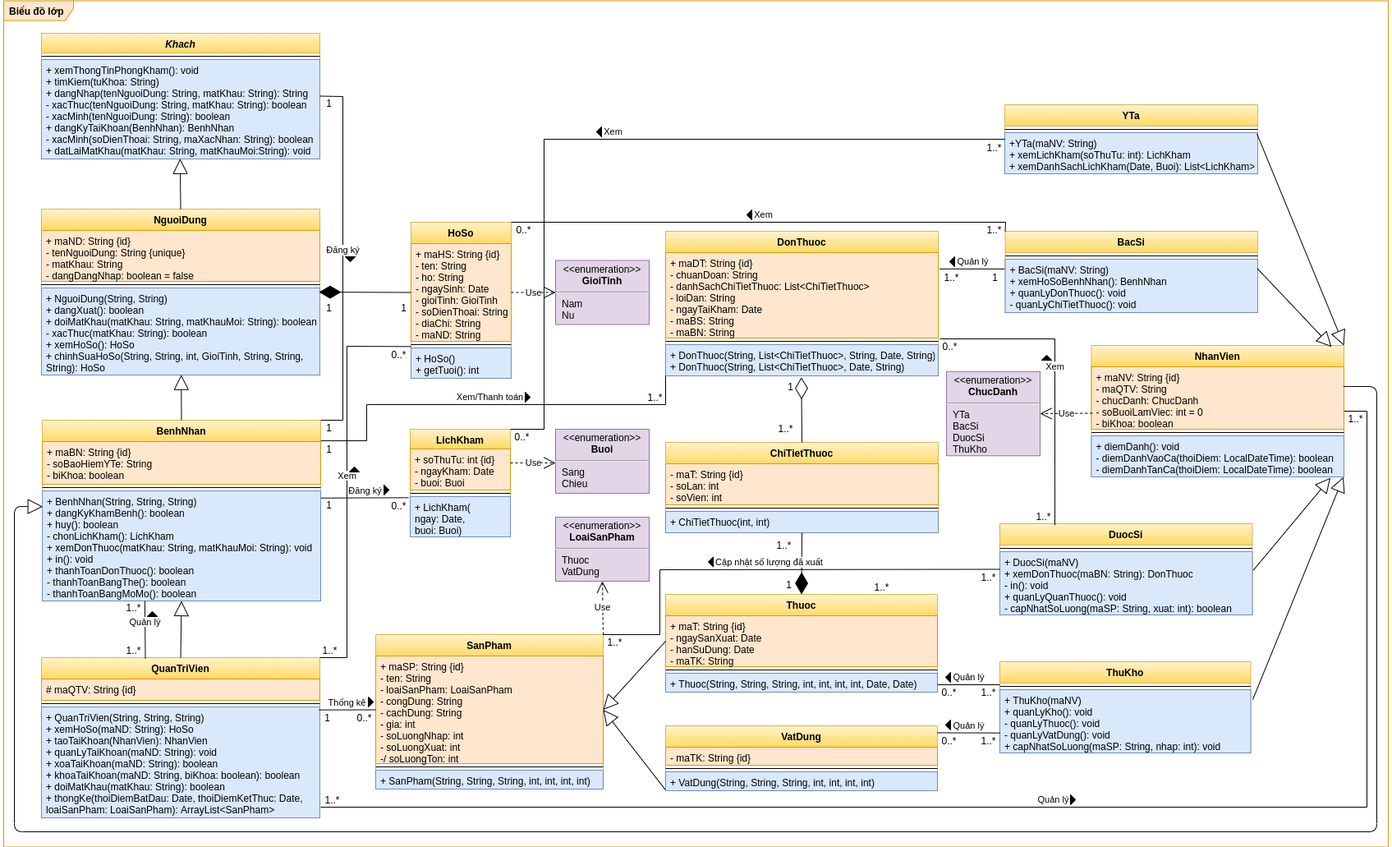
The draw.io diagram images/Class Diagram.png in luclegen/medicine16, before a commit. Source tidied: cells renumbered, new cells last; positions are measured from the earlier drawing's top-left corner, leaving out a move shared by most shapes.
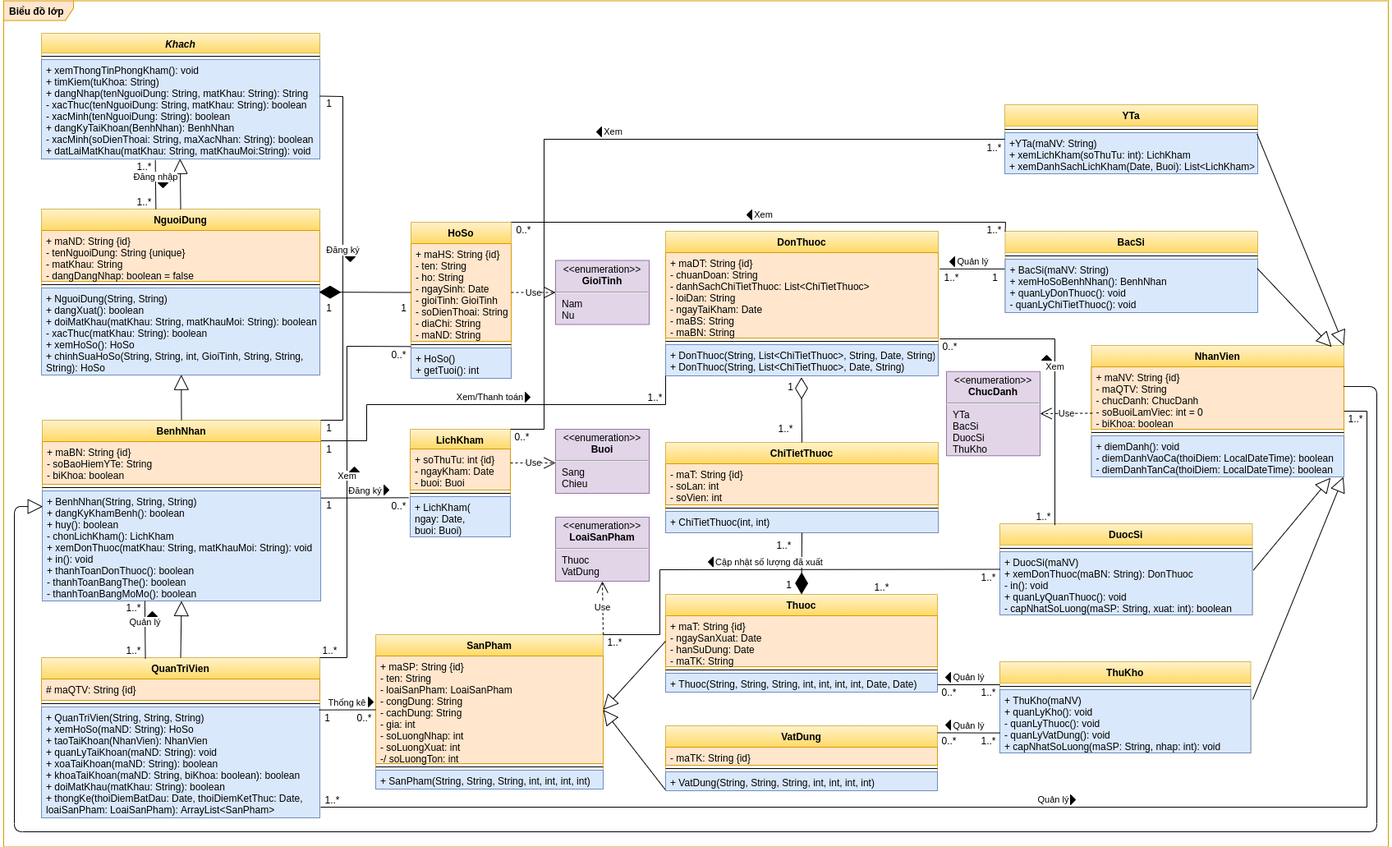
Later version of the same file.

Commit message:
Update Class Diagram

The edit, as a diff of the source:
```diff
@@ -519,5 +519,20 @@
     <mxCell id="154" style="endArrow=diamondThin;endFill=1;endSize=24;html=1;jumpSize=0;entryX=0.997;entryY=0.048;entryDx=0;entryDy=0;exitX=0;exitY=0.5;exitDx=0;exitDy=0;entryPerimeter=0;" parent="1" edge="1" source="11" target="9">
       <mxGeometry relative="1" as="geometry" />
     </mxCell>
+    <mxCell id="155" value="&lt;span style=&quot;color: rgb(0 , 0 , 0) ; font-family: &amp;#34;helvetica&amp;#34; ; font-size: 11px ; font-style: normal ; font-weight: 400 ; letter-spacing: normal ; text-align: center ; text-indent: 0px ; text-transform: none ; word-spacing: 0px ; background-color: rgb(255 , 255 , 255) ; display: inline ; float: none&quot;&gt;Đăng nhập&lt;/span&gt;" style="endArrow=none;html=1;rounded=0;align=center;verticalAlign=bottom;labelBackgroundColor=none;exitX=0.409;exitY=1.01;exitDx=0;exitDy=0;exitPerimeter=0;entryX=0.411;entryY=0;entryDx=0;entryDy=0;entryPerimeter=0;" parent="1" edge="1" source="5" target="6">
+      <mxGeometry relative="1" as="geometry" />
+    </mxCell>
+    <mxCell id="156" style="triangle;fillColor=#000000;direction=south;" parent="1" vertex="1">
+      <mxGeometry x="188" y="222" width="12" height="6" as="geometry" />
+    </mxCell>
+    <mxCell id="157" style="group;" parent="1" vertex="1">
+      <mxGeometry x="157" y="193" width="28" height="61" as="geometry" />
+    </mxCell>
+    <mxCell id="158" value="1..*" style="text;html=1;align=center;verticalAlign=middle;strokeColor=none;" parent="157" vertex="1">
+      <mxGeometry width="28" height="18" as="geometry" />
+    </mxCell>
+    <mxCell id="159" value="1..*" style="text;html=1;align=center;verticalAlign=middle;strokeColor=none;" parent="157" vertex="1">
+      <mxGeometry y="43" width="28" height="18" as="geometry" />
+    </mxCell>
   </root>
 </mxGraphModel>
```
